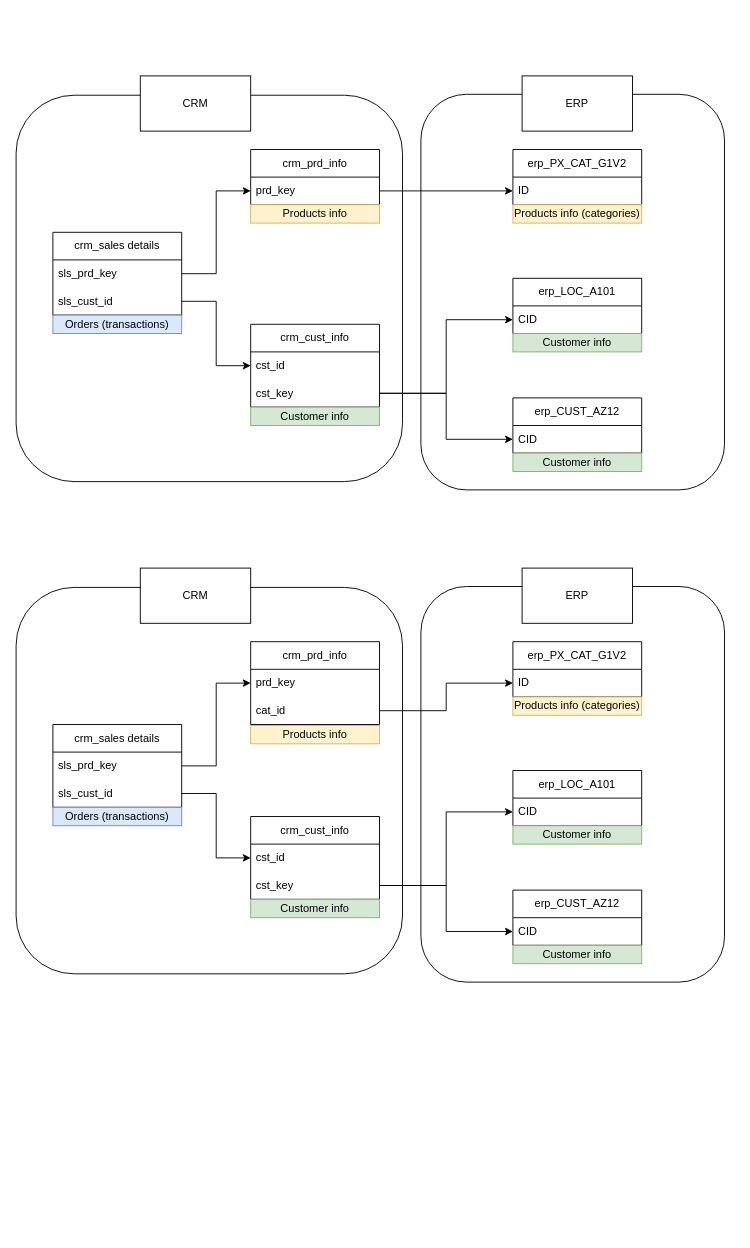
The draw.io diagram docs/conceptual_data_model.drawio in EyadElnagdy/sql_datawarehouse_project, before the edit. Source tidied: cells renumbered, new cells numbered last; positions are measured from the earlier drawing's top-left corner, leaving out a move shared by most shapes. Both pictures are drawn from the tidied source at 92%, with x=0, y=0 at pixel (16, 75).
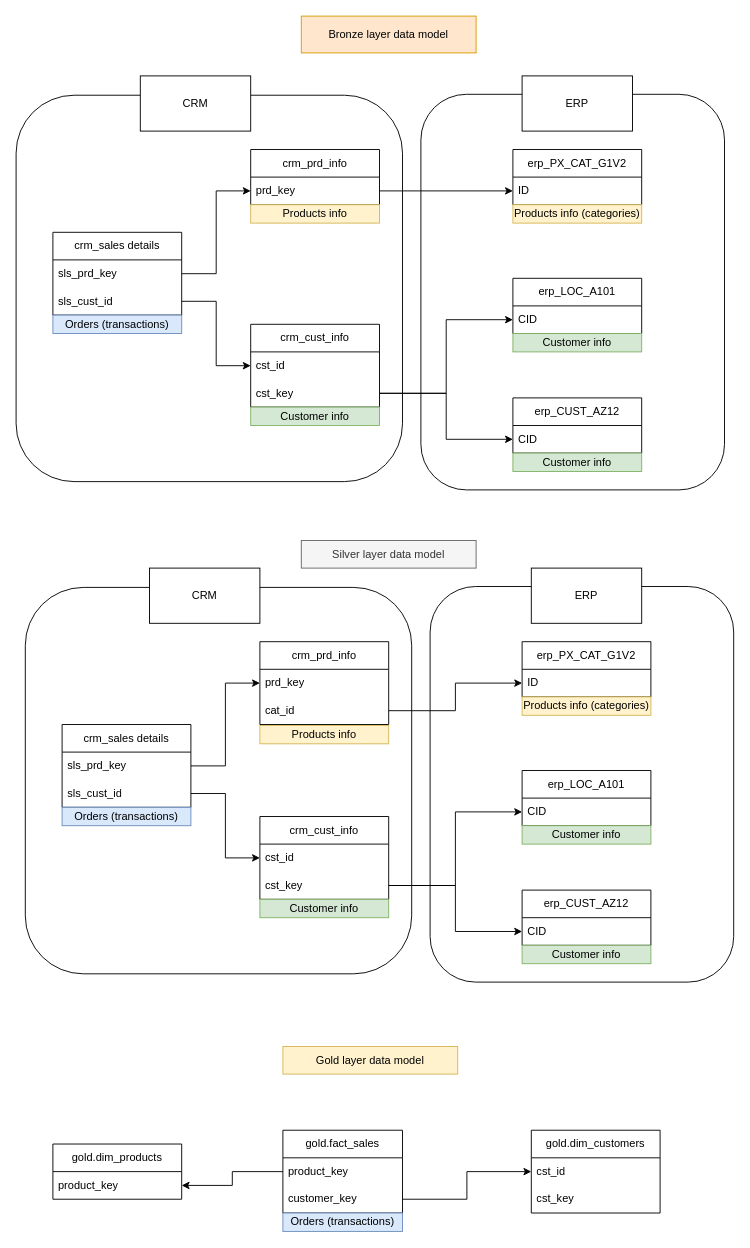
Above is the later version.

Diff of the diagram source:
```diff
@@
     <mxCell id="31" style="rounded=1;whiteSpace=wrap;html=1;fillColor=none;" parent="1" vertex="1">
-      <mxGeometry x="440" y="555" width="330" height="430" as="geometry" />
+      <mxGeometry x="450" y="555" width="330" height="430" as="geometry" />
     </mxCell>
     <mxCell id="32" style="rounded=1;whiteSpace=wrap;html=1;fillColor=none;" parent="1" vertex="1">
-      <mxGeometry y="556" width="420" height="420" as="geometry" />
+      <mxGeometry x="10" y="556" width="420" height="420" as="geometry" />
     </mxCell>
     <mxCell id="33" value="crm_sales details" style="swimlane;fontStyle=0;horizontal=1;startSize=30;whiteSpace=wrap;html=1;" parent="1" vertex="1">
-      <mxGeometry x="40" y="705" width="140" height="90" as="geometry" />
+      <mxGeometry x="50" y="705" width="140" height="90" as="geometry" />
     </mxCell>
@@
     <mxCell id="37" value="crm_cust_info" style="swimlane;fontStyle=0;horizontal=1;startSize=30;whiteSpace=wrap;html=1;" parent="1" vertex="1">
-      <mxGeometry x="255" y="805" width="140" height="90" as="geometry" />
+      <mxGeometry x="265" y="805" width="140" height="90" as="geometry" />
     </mxCell>
@@
     <mxCell id="41" value="erp_PX_CAT_G1V2" style="swimlane;fontStyle=0;horizontal=1;startSize=30;whiteSpace=wrap;html=1;" parent="1" vertex="1">
-      <mxGeometry x="540" y="615" width="140" height="60" as="geometry" />
+      <mxGeometry x="550" y="615" width="140" height="60" as="geometry" />
     </mxCell>
@@
     <mxCell id="43" value="erp_LOC_A101" style="swimlane;fontStyle=0;horizontal=1;startSize=30;whiteSpace=wrap;html=1;" parent="1" vertex="1">
-      <mxGeometry x="540" y="755" width="140" height="60" as="geometry" />
+      <mxGeometry x="550" y="755" width="140" height="60" as="geometry" />
     </mxCell>
@@
     <mxCell id="45" value="erp_CUST_AZ12" style="swimlane;fontStyle=0;horizontal=1;startSize=30;whiteSpace=wrap;html=1;" parent="1" vertex="1">
-      <mxGeometry x="540" y="885" width="140" height="60" as="geometry" />
+      <mxGeometry x="550" y="885" width="140" height="60" as="geometry" />
     </mxCell>
@@
     <mxCell id="50" value="CRM" style="rounded=0;whiteSpace=wrap;html=1;" parent="1" vertex="1">
-      <mxGeometry x="135" y="535" width="120" height="60" as="geometry" />
+      <mxGeometry x="145" y="535" width="120" height="60" as="geometry" />
     </mxCell>
     <mxCell id="51" value="ERP" style="rounded=0;whiteSpace=wrap;html=1;" parent="1" vertex="1">
-      <mxGeometry x="550" y="535" width="120" height="60" as="geometry" />
+      <mxGeometry x="560" y="535" width="120" height="60" as="geometry" />
     </mxCell>
     <mxCell id="52" value="Orders (transactions)" style="rounded=0;whiteSpace=wrap;html=1;fillColor=#dae8fc;strokeColor=#6c8ebf;" parent="1" vertex="1">
-      <mxGeometry x="40" y="795" width="140" height="20" as="geometry" />
+      <mxGeometry x="50" y="795" width="140" height="20" as="geometry" />
     </mxCell>
     <mxCell id="53" value="Products info" style="rounded=0;whiteSpace=wrap;html=1;fillColor=#fff2cc;strokeColor=#d6b656;" parent="1" vertex="1">
-      <mxGeometry x="255" y="706" width="140" height="20" as="geometry" />
+      <mxGeometry x="265" y="706" width="140" height="20" as="geometry" />
     </mxCell>
     <mxCell id="54" value="Customer info" style="rounded=0;whiteSpace=wrap;html=1;fillColor=#d5e8d4;strokeColor=#82b366;" parent="1" vertex="1">
-      <mxGeometry x="255" y="895" width="140" height="20" as="geometry" />
+      <mxGeometry x="265" y="895" width="140" height="20" as="geometry" />
     </mxCell>
     <mxCell id="55" value="Products info (categories)" style="rounded=0;whiteSpace=wrap;html=1;fillColor=#fff2cc;strokeColor=#d6b656;" parent="1" vertex="1">
-      <mxGeometry x="540" y="675" width="140" height="20" as="geometry" />
+      <mxGeometry x="550" y="675" width="140" height="20" as="geometry" />
     </mxCell>
     <mxCell id="56" value="Customer info" style="rounded=0;whiteSpace=wrap;html=1;fillColor=#d5e8d4;strokeColor=#82b366;" parent="1" vertex="1">
-      <mxGeometry x="540" y="815" width="140" height="20" as="geometry" />
+      <mxGeometry x="550" y="815" width="140" height="20" as="geometry" />
     </mxCell>
     <mxCell id="57" value="Customer info" style="rounded=0;whiteSpace=wrap;html=1;fillColor=#d5e8d4;strokeColor=#82b366;" parent="1" vertex="1">
-      <mxGeometry x="540" y="945" width="140" height="20" as="geometry" />
+      <mxGeometry x="550" y="945" width="140" height="20" as="geometry" />
     </mxCell>
     <mxCell id="58" value="crm_prd_info" style="swimlane;fontStyle=0;horizontal=1;startSize=30;whiteSpace=wrap;html=1;" parent="1" vertex="1">
-      <mxGeometry x="255" y="615" width="140" height="90" as="geometry" />
+      <mxGeometry x="265" y="615" width="140" height="90" as="geometry" />
     </mxCell>
@@
+    <mxCell id="61" value="gold.fact_sales" style="swimlane;fontStyle=0;horizontal=1;startSize=30;whiteSpace=wrap;html=1;" parent="1" vertex="1">
+      <mxGeometry x="290" y="1146" width="130" height="90" as="geometry" />
+    </mxCell>
+    <mxCell id="62" value="product_key" style="text;strokeColor=none;fillColor=none;align=left;verticalAlign=middle;spacingLeft=4;spacingRight=4;overflow=hidden;points=[[0,0.5],[1,0.5]];portConstraint=eastwest;whiteSpace=wrap;html=1;" parent="61" vertex="1">
+      <mxGeometry y="30" width="130" height="30" as="geometry" />
+    </mxCell>
+    <mxCell id="63" value="customer_key" style="text;strokeColor=none;fillColor=none;align=left;verticalAlign=middle;spacingLeft=4;spacingRight=4;overflow=hidden;points=[[0,0.5],[1,0.5]];portConstraint=eastwest;whiteSpace=wrap;html=1;" parent="61" vertex="1">
+      <mxGeometry y="60" width="130" height="30" as="geometry" />
+    </mxCell>
+    <mxCell id="64" value="gold.dim_customers" style="swimlane;fontStyle=0;horizontal=1;startSize=30;whiteSpace=wrap;html=1;" parent="1" vertex="1">
+      <mxGeometry x="560" y="1146" width="140" height="90" as="geometry" />
+    </mxCell>
+    <mxCell id="65" value="cst_id" style="text;strokeColor=none;fillColor=none;align=left;verticalAlign=middle;spacingLeft=4;spacingRight=4;overflow=hidden;points=[[0,0.5],[1,0.5]];portConstraint=eastwest;whiteSpace=wrap;html=1;" parent="64" vertex="1">
+      <mxGeometry y="30" width="140" height="30" as="geometry" />
+    </mxCell>
+    <mxCell id="66" value="cst_key" style="text;strokeColor=none;fillColor=none;align=left;verticalAlign=middle;spacingLeft=4;spacingRight=4;overflow=hidden;whiteSpace=wrap;html=1;" parent="64" vertex="1">
+      <mxGeometry y="60" width="140" height="30" as="geometry" />
+    </mxCell>
+    <mxCell id="67" style="edgeStyle=orthogonalEdgeStyle;rounded=0;jettySize=auto;html=1;exitX=1;exitY=0.5;exitDx=0;exitDy=0;entryX=0;entryY=0.5;entryDx=0;entryDy=0;" parent="1" edge="1" source="63" target="65">
+      <mxGeometry relative="1" as="geometry" />
+    </mxCell>
+    <mxCell id="68" value="Orders (transactions)" style="rounded=0;whiteSpace=wrap;html=1;fillColor=#dae8fc;strokeColor=#6c8ebf;" parent="1" vertex="1">
+      <mxGeometry x="290" y="1236" width="130" height="20" as="geometry" />
+    </mxCell>
+    <mxCell id="69" value="gold.dim_products" style="swimlane;fontStyle=0;horizontal=1;startSize=30;whiteSpace=wrap;html=1;" parent="1" vertex="1">
+      <mxGeometry x="40" y="1161" width="140" height="60" as="geometry" />
+    </mxCell>
+    <mxCell id="70" value="Bronze layer data model" style="rounded=0;whiteSpace=wrap;html=1;fillColor=#ffe6cc;strokeColor=#d79b00;" parent="1" vertex="1">
+      <mxGeometry x="310" y="-65" width="190" height="40" as="geometry" />
+    </mxCell>
+    <mxCell id="71" value="Silver layer data model" style="rounded=0;whiteSpace=wrap;html=1;fillColor=#f5f5f5;strokeColor=#666666;fontColor=#333333;" parent="1" vertex="1">
+      <mxGeometry x="310" y="505" width="190" height="30" as="geometry" />
+    </mxCell>
+    <mxCell id="72" value="product_key" style="text;strokeColor=none;fillColor=none;align=left;verticalAlign=middle;spacingLeft=4;spacingRight=4;overflow=hidden;points=[[0,0.5],[1,0.5]];portConstraint=eastwest;whiteSpace=wrap;html=1;" parent="1" vertex="1">
+      <mxGeometry x="40" y="1191" width="140" height="30" as="geometry" />
+    </mxCell>
+    <mxCell id="73" style="edgeStyle=orthogonalEdgeStyle;rounded=0;jettySize=auto;html=1;entryX=1;entryY=0.5;entryDx=0;entryDy=0;" parent="1" edge="1" source="62" target="72">
+      <mxGeometry relative="1" as="geometry" />
+    </mxCell>
+    <mxCell id="74" value="Gold layer data model" style="rounded=0;whiteSpace=wrap;html=1;fillColor=#fff2cc;strokeColor=#d6b656;" parent="1" vertex="1">
+      <mxGeometry x="290" y="1055" width="190" height="30" as="geometry" />
+    </mxCell>
```
